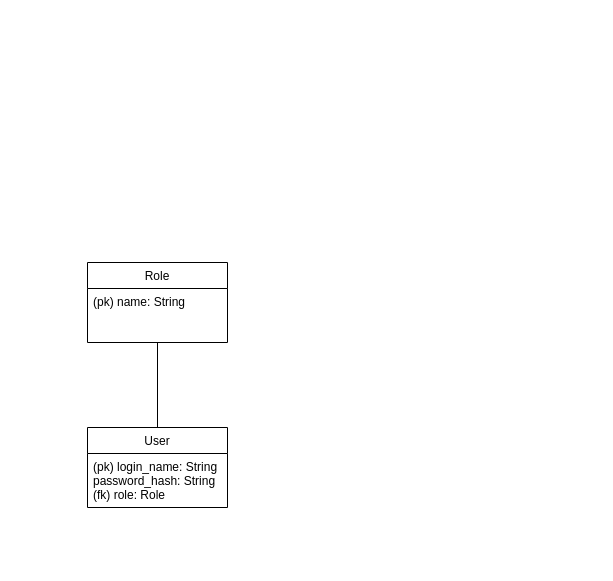
Earlier version of the draw.io diagram documentation/database_diagram.drawio (gustafla/bugtracker). Source tidied: cells renumbered, new cells numbered last; positions are measured from the earlier drawing's top-left corner, leaving out a move shared by most shapes. Both pictures are drawn from the tidied source at 100%, with x=0, y=0 at pixel (87, 262).
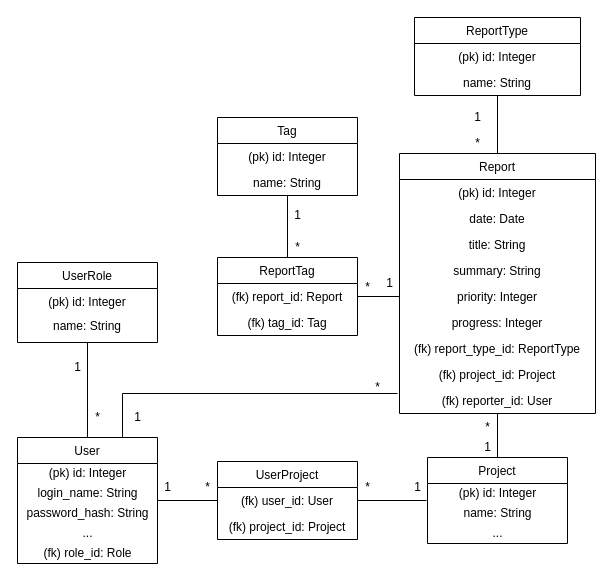
The same diagram, later.

Commit message (it also covers changes not shown here):
Update database diagram

The edit, as a diff of the source:
```diff
@@
+    <mxCell id="7" style="edgeStyle=orthogonalEdgeStyle;rounded=0;jettySize=auto;html=1;exitX=1;exitY=0.5;exitDx=0;exitDy=0;entryX=0;entryY=0.5;entryDx=0;entryDy=0;endArrow=none;endFill=0;" parent="1" edge="1" source="3" target="22">
+      <mxGeometry relative="1" as="geometry" />
+    </mxCell>
     <mxCell id="3" value="User" style="swimlane;fontStyle=0;horizontal=1;startSize=26;fillColor=none;" parent="1" vertex="1">
-      <mxGeometry y="165" width="140" height="80" as="geometry" />
+      <mxGeometry x="-70" y="175" width="140" height="126" as="geometry" />
     </mxCell>
-    <mxCell id="4" value="(pk) login_name: String&#10;password_hash: String&#10;(fk) role: Role" style="text;strokeColor=none;fillColor=none;align=left;verticalAlign=top;spacingLeft=4;spacingRight=4;overflow=hidden;" parent="3" vertex="1">
-      <mxGeometry y="26" width="140" height="54" as="geometry" />
-    </mxCell>
+    <mxCell id="8" value="&lt;div&gt;(pk) id: Integer&lt;/div&gt;" style="text;html=1;align=center;verticalAlign=middle;" parent="3" vertex="1">
+      <mxGeometry y="26" width="140" height="20" as="geometry" />
+    </mxCell>
+    <mxCell id="9" value="&lt;div&gt;login_name: String&lt;/div&gt;" style="text;html=1;align=center;verticalAlign=middle;" parent="3" vertex="1">
+      <mxGeometry y="46" width="140" height="20" as="geometry" />
+    </mxCell>
+    <mxCell id="10" value="&lt;div&gt;password_hash: String&lt;/div&gt;" style="text;html=1;align=center;verticalAlign=middle;" parent="3" vertex="1">
+      <mxGeometry y="66" width="140" height="20" as="geometry" />
+    </mxCell>
+    <mxCell id="11" value="..." style="text;html=1;align=center;verticalAlign=middle;" parent="3" vertex="1">
+      <mxGeometry y="86" width="140" height="20" as="geometry" />
+    </mxCell>
+    <mxCell id="12" value="(fk) role_id: Role" style="text;html=1;align=center;verticalAlign=middle;" parent="3" vertex="1">
+      <mxGeometry y="106" width="140" height="20" as="geometry" />
+    </mxCell>
-    <mxCell id="5" value="Role" style="swimlane;fontStyle=0;horizontal=1;startSize=26;fillColor=none;" parent="1" vertex="1">
-      <mxGeometry width="140" height="80" as="geometry" />
+    <mxCell id="5" value="UserRole" style="swimlane;fontStyle=0;horizontal=1;startSize=26;fillColor=none;" parent="1" vertex="1">
+      <mxGeometry x="-70" width="140" height="80" as="geometry" />
     </mxCell>
-    <mxCell id="6" value="(pk) name: String" style="text;strokeColor=none;fillColor=none;align=left;verticalAlign=top;spacingLeft=4;spacingRight=4;overflow=hidden;" parent="5" vertex="1">
-      <mxGeometry y="26" width="140" height="54" as="geometry" />
+    <mxCell id="6" value="(pk) id: Integer" style="text;strokeColor=none;fillColor=none;align=center;verticalAlign=top;spacingLeft=4;spacingRight=4;overflow=hidden;" parent="5" vertex="1">
+      <mxGeometry y="26" width="140" height="24" as="geometry" />
     </mxCell>
+    <mxCell id="13" value="name: String" style="text;strokeColor=none;fillColor=none;align=center;verticalAlign=top;spacingLeft=4;spacingRight=4;overflow=hidden;" parent="5" vertex="1">
+      <mxGeometry y="50" width="140" height="30" as="geometry" />
+    </mxCell>
+    <mxCell id="14" value="1" style="text;html=1;align=center;verticalAlign=middle;" parent="1" vertex="1">
+      <mxGeometry x="-20" y="95" width="20" height="20" as="geometry" />
+    </mxCell>
+    <mxCell id="15" value="&lt;div&gt;*&lt;/div&gt;" style="text;html=1;align=center;verticalAlign=middle;" parent="1" vertex="1">
+      <mxGeometry y="145" width="20" height="20" as="geometry" />
+    </mxCell>
+    <mxCell id="16" style="edgeStyle=orthogonalEdgeStyle;rounded=0;jettySize=auto;html=1;exitX=0.5;exitY=0;exitDx=0;exitDy=0;entryX=0.5;entryY=1;entryDx=0;entryDy=0;endArrow=none;endFill=0;" parent="1" edge="1" source="17" target="30">
+      <mxGeometry relative="1" as="geometry" />
+    </mxCell>
+    <mxCell id="17" value="Project" style="swimlane;fontStyle=0;horizontal=1;startSize=26;fillColor=none;" parent="1" vertex="1">
+      <mxGeometry x="340" y="195" width="140" height="86" as="geometry" />
+    </mxCell>
+    <mxCell id="18" value="&lt;div&gt;(pk) id: Integer&lt;/div&gt;" style="text;html=1;align=center;verticalAlign=middle;points=[];" parent="17" vertex="1">
+      <mxGeometry y="26" width="140" height="20" as="geometry" />
+    </mxCell>
+    <mxCell id="19" value="name: String" style="text;html=1;align=center;verticalAlign=middle;" parent="17" vertex="1">
+      <mxGeometry y="46" width="140" height="20" as="geometry" />
+    </mxCell>
+    <mxCell id="20" value="..." style="text;html=1;align=center;verticalAlign=middle;" parent="17" vertex="1">
+      <mxGeometry y="66" width="140" height="20" as="geometry" />
+    </mxCell>
+    <mxCell id="21" value="UserProject" style="swimlane;fontStyle=0;horizontal=1;startSize=26;fillColor=none;align=center;" parent="1" vertex="1">
+      <mxGeometry x="130" y="199" width="140" height="78" as="geometry" />
+    </mxCell>
+    <mxCell id="22" value="(fk) user_id: User" style="text;strokeColor=none;fillColor=none;align=center;verticalAlign=top;spacingLeft=4;spacingRight=4;overflow=hidden;points=[[0,0.5],[1,0.5]];portConstraint=eastwest;" parent="21" vertex="1">
+      <mxGeometry y="26" width="140" height="26" as="geometry" />
+    </mxCell>
+    <mxCell id="23" value="(fk) project_id: Project" style="text;strokeColor=none;fillColor=none;align=center;verticalAlign=top;spacingLeft=4;spacingRight=4;overflow=hidden;" parent="21" vertex="1">
+      <mxGeometry y="52" width="140" height="26" as="geometry" />
+    </mxCell>
+    <mxCell id="24" style="edgeStyle=orthogonalEdgeStyle;rounded=0;jettySize=auto;html=1;exitX=1;exitY=0.5;exitDx=0;exitDy=0;entryX=-0.007;entryY=0.85;entryDx=0;entryDy=0;entryPerimeter=0;endArrow=none;endFill=0;" parent="1" edge="1" source="22" target="18">
+      <mxGeometry relative="1" as="geometry" />
+    </mxCell>
+    <mxCell id="25" value="1" style="text;html=1;align=center;verticalAlign=middle;" parent="1" vertex="1">
+      <mxGeometry x="70" y="215" width="20" height="20" as="geometry" />
+    </mxCell>
+    <mxCell id="26" value="&lt;div&gt;*&lt;/div&gt;" style="text;html=1;align=center;verticalAlign=middle;" parent="1" vertex="1">
+      <mxGeometry x="110" y="215" width="20" height="20" as="geometry" />
+    </mxCell>
+    <mxCell id="27" value="&lt;div&gt;*&lt;/div&gt;" style="text;html=1;align=center;verticalAlign=middle;" parent="1" vertex="1">
+      <mxGeometry x="270" y="215" width="20" height="20" as="geometry" />
+    </mxCell>
+    <mxCell id="28" value="1" style="text;html=1;align=center;verticalAlign=middle;" parent="1" vertex="1">
+      <mxGeometry x="320" y="215" width="20" height="20" as="geometry" />
+    </mxCell>
+    <mxCell id="29" style="edgeStyle=orthogonalEdgeStyle;rounded=0;jettySize=auto;html=1;exitX=0.5;exitY=0;exitDx=0;exitDy=0;entryX=0.5;entryY=1;entryDx=0;entryDy=0;endArrow=none;endFill=0;" parent="1" edge="1" source="30" target="40">
+      <mxGeometry relative="1" as="geometry" />
+    </mxCell>
+    <mxCell id="30" value="Report" style="swimlane;fontStyle=0;horizontal=1;startSize=26;fillColor=none;align=center;" parent="1" vertex="1">
+      <mxGeometry x="312" y="-109" width="196" height="260" as="geometry" />
+    </mxCell>
+    <mxCell id="31" value="(pk) id: Integer" style="text;strokeColor=none;fillColor=none;align=center;verticalAlign=top;spacingLeft=4;spacingRight=4;overflow=hidden;" parent="30" vertex="1">
+      <mxGeometry y="26" width="196" height="26" as="geometry" />
+    </mxCell>
+    <mxCell id="32" value="date: Date" style="text;strokeColor=none;fillColor=none;align=center;verticalAlign=top;spacingLeft=4;spacingRight=4;overflow=hidden;" parent="30" vertex="1">
+      <mxGeometry y="52" width="196" height="26" as="geometry" />
+    </mxCell>
+    <mxCell id="33" value="title: String" style="text;strokeColor=none;fillColor=none;align=center;verticalAlign=top;spacingLeft=4;spacingRight=4;overflow=hidden;" parent="30" vertex="1">
+      <mxGeometry y="78" width="196" height="26" as="geometry" />
+    </mxCell>
+    <mxCell id="34" value="summary: String" style="text;strokeColor=none;fillColor=none;align=center;verticalAlign=top;spacingLeft=4;spacingRight=4;overflow=hidden;" parent="30" vertex="1">
+      <mxGeometry y="104" width="196" height="26" as="geometry" />
+    </mxCell>
+    <mxCell id="35" value="priority: Integer" style="text;strokeColor=none;fillColor=none;align=center;verticalAlign=top;spacingLeft=4;spacingRight=4;overflow=hidden;points=[[0,0.5],[1,0.5]];portConstraint=eastwest;" parent="30" vertex="1">
+      <mxGeometry y="130" width="196" height="26" as="geometry" />
+    </mxCell>
+    <mxCell id="36" value="progress: Integer" style="text;strokeColor=none;fillColor=none;align=center;verticalAlign=top;spacingLeft=4;spacingRight=4;overflow=hidden;" parent="30" vertex="1">
+      <mxGeometry y="156" width="196" height="26" as="geometry" />
+    </mxCell>
+    <mxCell id="37" value="(fk) report_type_id: ReportType" style="text;strokeColor=none;fillColor=none;align=center;verticalAlign=top;spacingLeft=4;spacingRight=4;overflow=hidden;" parent="30" vertex="1">
+      <mxGeometry y="182" width="196" height="26" as="geometry" />
+    </mxCell>
+    <mxCell id="38" value="(fk) project_id: Project" style="text;strokeColor=none;fillColor=none;align=center;verticalAlign=top;spacingLeft=4;spacingRight=4;overflow=hidden;" parent="30" vertex="1">
+      <mxGeometry y="208" width="196" height="26" as="geometry" />
+    </mxCell>
+    <mxCell id="39" value="(fk) reporter_id: User" style="text;strokeColor=none;fillColor=none;align=center;verticalAlign=top;spacingLeft=4;spacingRight=4;overflow=hidden;points=[[0,0.5],[1,0.5]];portConstraint=eastwest;" parent="30" vertex="1">
+      <mxGeometry y="234" width="196" height="26" as="geometry" />
+    </mxCell>
+    <mxCell id="40" value="ReportType" style="swimlane;fontStyle=0;horizontal=1;startSize=26;fillColor=none;align=center;" parent="1" vertex="1">
+      <mxGeometry x="327" y="-245" width="166" height="78" as="geometry" />
+    </mxCell>
+    <mxCell id="41" value="(pk) id: Integer" style="text;strokeColor=none;fillColor=none;align=center;verticalAlign=top;spacingLeft=4;spacingRight=4;overflow=hidden;" parent="40" vertex="1">
+      <mxGeometry y="26" width="166" height="26" as="geometry" />
+    </mxCell>
+    <mxCell id="42" value="name: String" style="text;strokeColor=none;fillColor=none;align=center;verticalAlign=top;spacingLeft=4;spacingRight=4;overflow=hidden;" parent="40" vertex="1">
+      <mxGeometry y="52" width="166" height="26" as="geometry" />
+    </mxCell>
+    <mxCell id="43" value="&lt;div&gt;*&lt;/div&gt;" style="text;html=1;align=center;verticalAlign=middle;" parent="1" vertex="1">
+      <mxGeometry x="390" y="155" width="20" height="20" as="geometry" />
+    </mxCell>
+    <mxCell id="44" value="1" style="text;html=1;align=center;verticalAlign=middle;" parent="1" vertex="1">
+      <mxGeometry x="390" y="175" width="20" height="20" as="geometry" />
+    </mxCell>
+    <mxCell id="45" value="&lt;div&gt;*&lt;/div&gt;" style="text;html=1;align=center;verticalAlign=middle;" parent="1" vertex="1">
+      <mxGeometry x="380" y="-129" width="20" height="20" as="geometry" />
+    </mxCell>
+    <mxCell id="46" value="1" style="text;html=1;align=center;verticalAlign=middle;" parent="1" vertex="1">
+      <mxGeometry x="380" y="-155" width="20" height="20" as="geometry" />
+    </mxCell>
+    <mxCell id="47" style="edgeStyle=orthogonalEdgeStyle;rounded=0;jettySize=auto;html=1;exitX=-0.01;exitY=0.231;exitDx=0;exitDy=0;entryX=0.75;entryY=0;entryDx=0;entryDy=0;endArrow=none;endFill=0;exitPerimeter=0;" parent="1" edge="1" source="39" target="3">
+      <mxGeometry relative="1" as="geometry" />
+    </mxCell>
+    <mxCell id="48" value="1" style="text;html=1;align=center;verticalAlign=middle;" parent="1" vertex="1">
+      <mxGeometry x="40" y="145" width="20" height="20" as="geometry" />
+    </mxCell>
+    <mxCell id="49" value="&lt;div&gt;*&lt;/div&gt;" style="text;html=1;align=center;verticalAlign=middle;" parent="1" vertex="1">
+      <mxGeometry x="280" y="115" width="20" height="20" as="geometry" />
+    </mxCell>
+    <mxCell id="50" style="edgeStyle=orthogonalEdgeStyle;rounded=0;jettySize=auto;html=1;exitX=0.5;exitY=1;exitDx=0;exitDy=0;entryX=0.5;entryY=0;entryDx=0;entryDy=0;endArrow=none;endFill=0;" parent="1" edge="1" source="51" target="54">
+      <mxGeometry relative="1" as="geometry" />
+    </mxCell>
+    <mxCell id="51" value="Tag" style="swimlane;fontStyle=0;horizontal=1;startSize=26;fillColor=none;" parent="1" vertex="1">
+      <mxGeometry x="130" y="-145" width="140" height="78" as="geometry" />
+    </mxCell>
+    <mxCell id="52" value="(pk) id: Integer" style="text;strokeColor=none;fillColor=none;align=center;verticalAlign=top;spacingLeft=4;spacingRight=4;overflow=hidden;" parent="51" vertex="1">
+      <mxGeometry y="26" width="140" height="26" as="geometry" />
+    </mxCell>
+    <mxCell id="53" value="name: String" style="text;strokeColor=none;fillColor=none;align=center;verticalAlign=top;spacingLeft=4;spacingRight=4;overflow=hidden;" parent="51" vertex="1">
+      <mxGeometry y="52" width="140" height="26" as="geometry" />
+    </mxCell>
+    <mxCell id="54" value="ReportTag" style="swimlane;fontStyle=0;horizontal=1;startSize=26;fillColor=none;" parent="1" vertex="1">
+      <mxGeometry x="130" y="-5" width="140" height="78" as="geometry" />
+    </mxCell>
+    <mxCell id="55" value="(fk) report_id: Report" style="text;strokeColor=none;fillColor=none;align=center;verticalAlign=top;spacingLeft=4;spacingRight=4;overflow=hidden;points=[[0,0.5],[1,0.5]];portConstraint=eastwest;" parent="54" vertex="1">
+      <mxGeometry y="26" width="140" height="26" as="geometry" />
+    </mxCell>
+    <mxCell id="56" value="(fk) tag_id: Tag" style="text;strokeColor=none;fillColor=none;align=center;verticalAlign=top;spacingLeft=4;spacingRight=4;overflow=hidden;" parent="54" vertex="1">
+      <mxGeometry y="52" width="140" height="26" as="geometry" />
+    </mxCell>
+    <mxCell id="57" style="edgeStyle=orthogonalEdgeStyle;rounded=0;jettySize=auto;html=1;exitX=1;exitY=0.5;exitDx=0;exitDy=0;endArrow=none;endFill=0;" parent="1" edge="1" source="55" target="35">
+      <mxGeometry relative="1" as="geometry" />
+    </mxCell>
+    <mxCell id="58" value="&lt;div&gt;*&lt;/div&gt;" style="text;html=1;align=center;verticalAlign=middle;" parent="1" vertex="1">
+      <mxGeometry x="270" y="15" width="20" height="20" as="geometry" />
+    </mxCell>
+    <mxCell id="59" value="1" style="text;html=1;align=center;verticalAlign=middle;" parent="1" vertex="1">
+      <mxGeometry x="292" y="11" width="20" height="20" as="geometry" />
+    </mxCell>
+    <mxCell id="60" value="&lt;div&gt;*&lt;/div&gt;" style="text;html=1;align=center;verticalAlign=middle;" parent="1" vertex="1">
+      <mxGeometry x="200" y="-25" width="20" height="20" as="geometry" />
+    </mxCell>
+    <mxCell id="61" value="1" style="text;html=1;align=center;verticalAlign=middle;" parent="1" vertex="1">
+      <mxGeometry x="200" y="-57" width="20" height="20" as="geometry" />
+    </mxCell>
```
